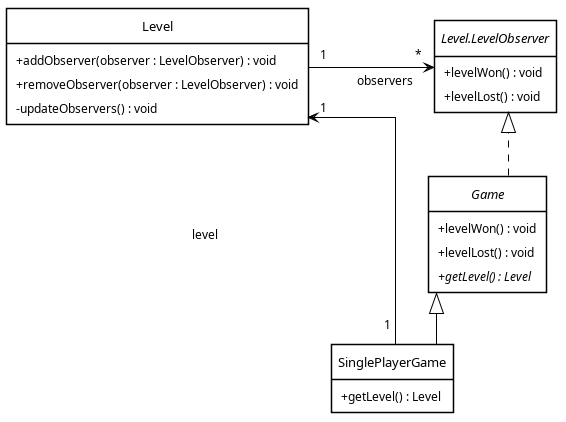
Suhaib-Ben-Zreiba/reliable-broker keeps this PlantUML diagram as observer.png. Above is the earlier version. Its source is kept beside it as observer.puml. The source it was exported from:
```plantuml
@startuml observer

skinparam shadowing false
skinparam backgroundColor white
skinparam classBackgroundColor white
skinparam classBorderColor black
skinparam classFontColor black
skinparam classFontSize 13
skinparam classAttributeFontSize 12
skinparam classAttributeIconSize 0
skinparam arrowColor black
skinparam arrowFontColor black
skinparam arrowFontSize 12
skinparam stereotypeFontColor black
skinparam stereotypeFontSize 11
skinparam defaultFontName Helvetica
skinparam linetype ortho
skinparam nodesep 80
skinparam ranksep 60
skinparam padding 6

hide circle
hide empty attributes

class Level {
  + addObserver(observer : LevelObserver) : void
  + removeObserver(observer : LevelObserver) : void
  - updateObservers() : void
}

interface "Level.LevelObserver" as LevelObserver <<interface>> {
  + levelWon() : void
  + levelLost() : void
}

abstract class Game {
  + levelWon() : void
  + levelLost() : void
  + {abstract} getLevel() : Level
}

class SinglePlayerGame {
  + getLevel() : Level
}

Level "1" --> "*" LevelObserver : observers

Game ..|> LevelObserver

SinglePlayerGame --|> Game

SinglePlayerGame "1" --> "1" Level : level

Level -[hidden]right- LevelObserver
LevelObserver -[hidden]down- Game
Game -[hidden]down- SinglePlayerGame

@enduml
```
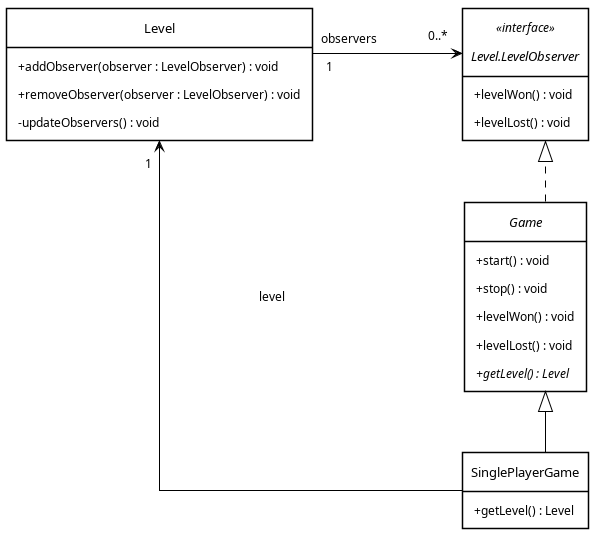
After the change.

Commit message:
Correct Observer diagram methods and multiplicities.

Add Game.start/stop verified from source; use 0..* on observers
and drop unsupported reverse multiplicities on both associations.

Diff of the diagram source:
```diff
@@ -34,6 +34,8 @@
 }
 
 abstract class Game {
+  + start() : void
+  + stop() : void
   + levelWon() : void
   + levelLost() : void
   + {abstract} getLevel() : Level
@@ -43,13 +45,13 @@
   + getLevel() : Level
 }
 
-Level "1" --> "*" LevelObserver : observers
+Level "1" --> "0..*" LevelObserver : observers
 
 Game ..|> LevelObserver
 
 SinglePlayerGame --|> Game
 
-SinglePlayerGame "1" --> "1" Level : level
+SinglePlayerGame --> "1" Level : level
 
 Level -[hidden]right- LevelObserver
 LevelObserver -[hidden]down- Game
```
